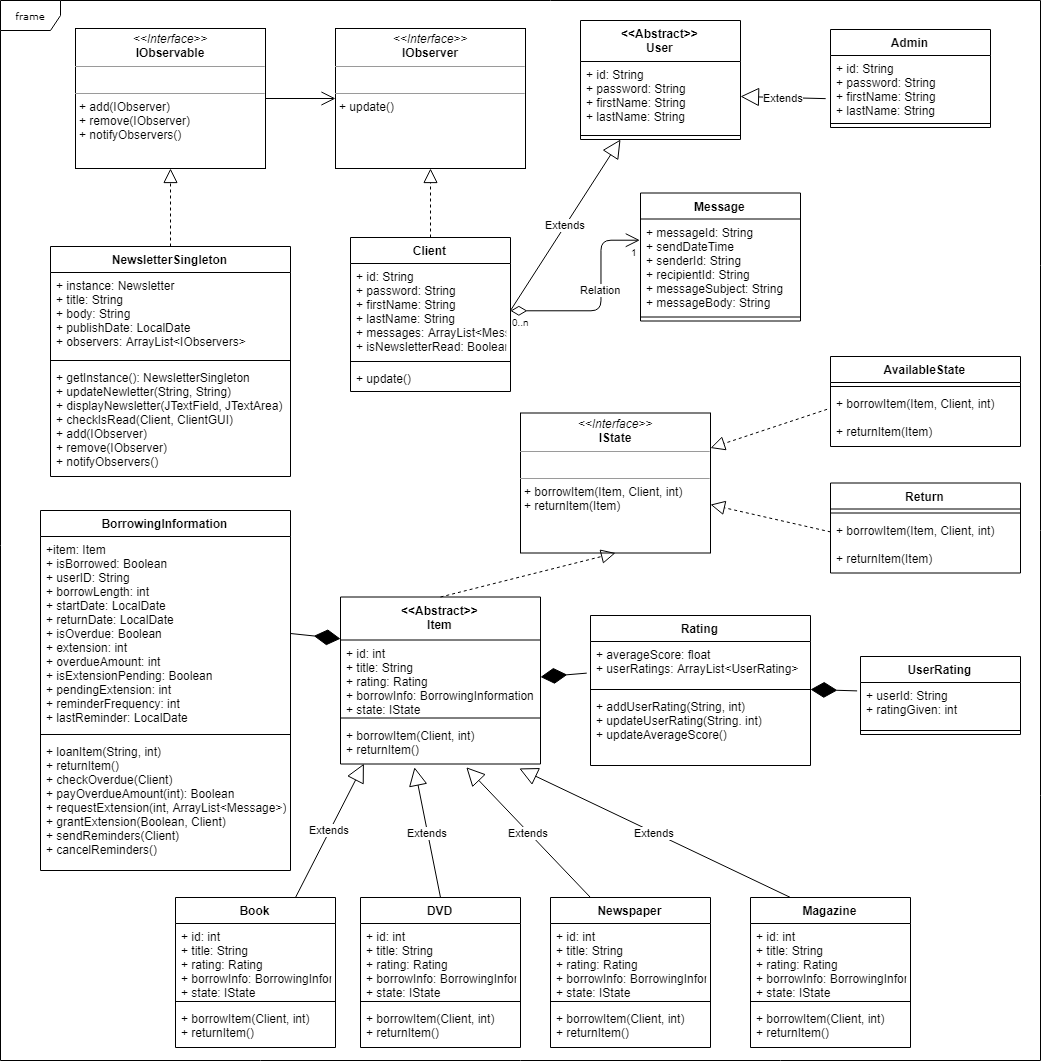
Earlier version of the draw.io export Library UML.png (TKCSeow/Library-Management-System). Source tidied: cells renumbered, new cells last; positions are measured from the earlier drawing's top-left corner, leaving out a move shared by most shapes.
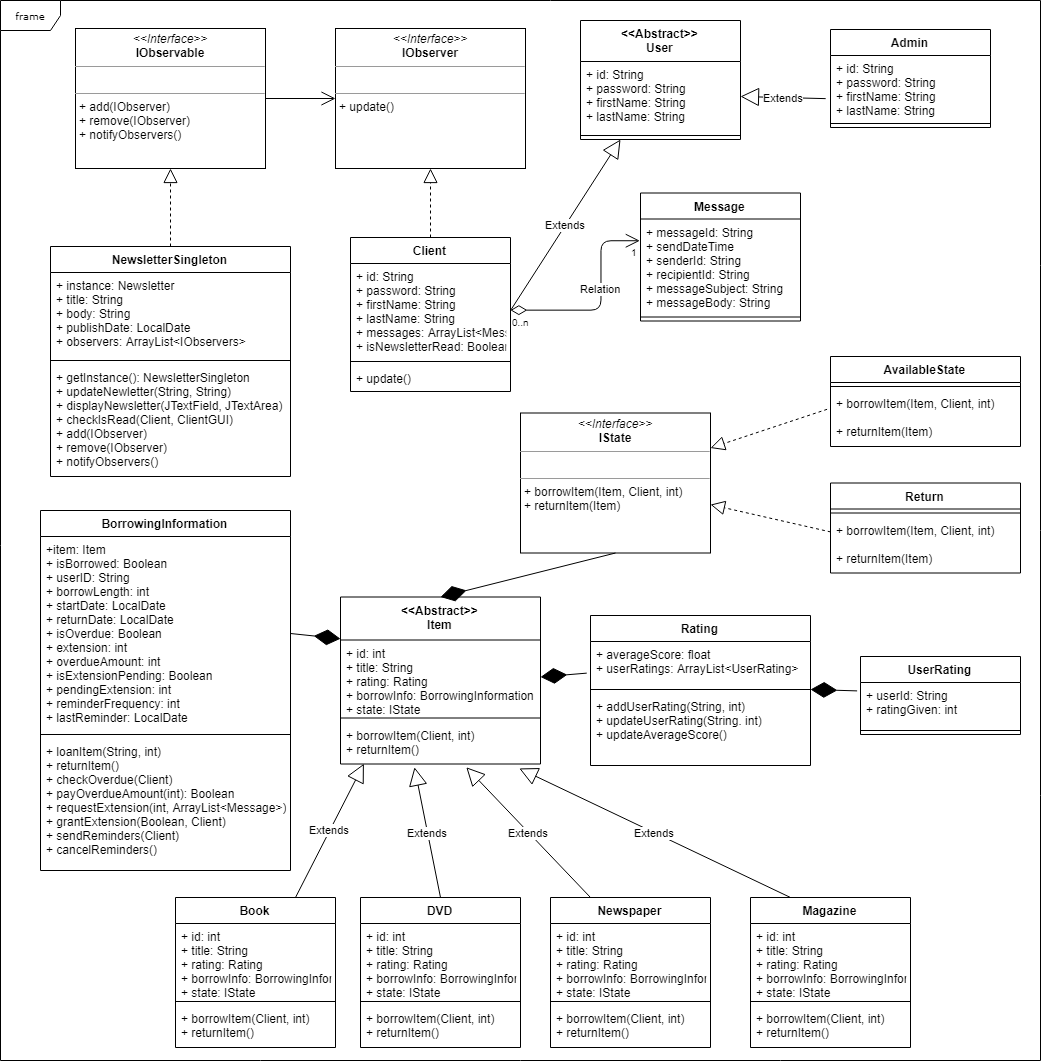
The same diagram one commit later.

Change to the diagram source:
```diff
@@ -80,9 +80,6 @@
     <mxCell id="27" value="&lt;p style=&quot;margin: 0px ; margin-top: 4px ; text-align: center&quot;&gt;&lt;i&gt;&amp;lt;&amp;lt;Interface&amp;gt;&amp;gt;&lt;/i&gt;&lt;br&gt;&lt;b&gt;IState&lt;/b&gt;&lt;/p&gt;&lt;hr size=&quot;1&quot;&gt;&lt;p style=&quot;margin: 0px ; margin-left: 4px&quot;&gt;&lt;br&gt;&lt;/p&gt;&lt;hr size=&quot;1&quot;&gt;&lt;p style=&quot;margin: 0px ; margin-left: 4px&quot;&gt;+ borrowItem(Item, Client, int)&lt;br&gt;&lt;/p&gt;&lt;p style=&quot;margin: 0px ; margin-left: 4px&quot;&gt;+ returnItem(Item)&lt;br&gt;&lt;/p&gt;" style="verticalAlign=top;align=left;overflow=fill;fontSize=12;fontFamily=Helvetica;html=1;rounded=0;shadow=0;comic=0;labelBackgroundColor=none;strokeColor=#000000;strokeWidth=1;fillColor=#ffffff;" parent="1" vertex="1">
       <mxGeometry x="520" y="412.5" width="190" height="140" as="geometry" />
     </mxCell>
-    <mxCell id="28" style="endArrow=block;dashed=1;endFill=0;endSize=12;html=1;exitX=0.5;exitY=0;exitDx=0;exitDy=0;entryX=0.5;entryY=1;entryDx=0;entryDy=0;" parent="1" edge="1" source="23" target="27">
-      <mxGeometry relative="1" as="geometry" />
-    </mxCell>
     <mxCell id="29" value="Rating" style="swimlane;fontStyle=1;align=center;verticalAlign=top;horizontal=1;startSize=26;" parent="1" vertex="1">
       <mxGeometry x="590" y="615" width="220" height="150" as="geometry" />
     </mxCell>
@@ -237,5 +234,8 @@
     <mxCell id="77" style="endArrow=block;dashed=1;endFill=0;endSize=12;html=1;exitX=0.001;exitY=0.267;exitDx=0;exitDy=0;exitPerimeter=0;" parent="1" edge="1" source="75" target="27">
       <mxGeometry relative="1" as="geometry" />
     </mxCell>
+    <mxCell id="78" style="endArrow=diamondThin;endFill=1;endSize=24;html=1;entryX=0.5;entryY=0;entryDx=0;entryDy=0;exitX=0.5;exitY=1;exitDx=0;exitDy=0;" parent="1" edge="1" source="27" target="23">
+      <mxGeometry relative="1" as="geometry" />
+    </mxCell>
   </root>
 </mxGraphModel>
```
